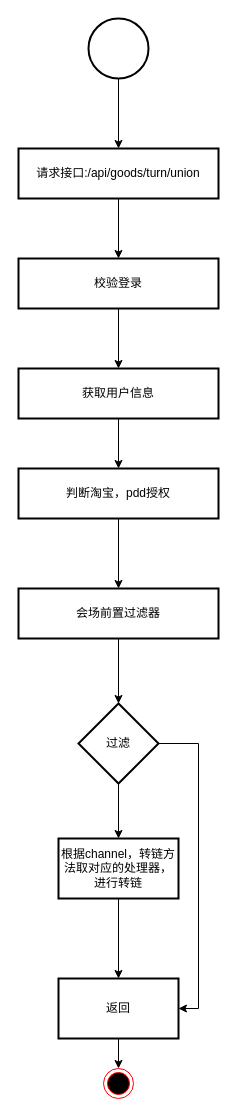
smallleaf/draw.io keeps this draw.io diagram as miyuan/会场转链.drawio. Above is the earlier version. Source tidied: cells renumbered, new cells numbered last; positions are measured from the earlier drawing's top-left corner, leaving out a move shared by most shapes. Both pictures are drawn from the tidied source at 100%, with x=0, y=0 at pixel (18, 18).
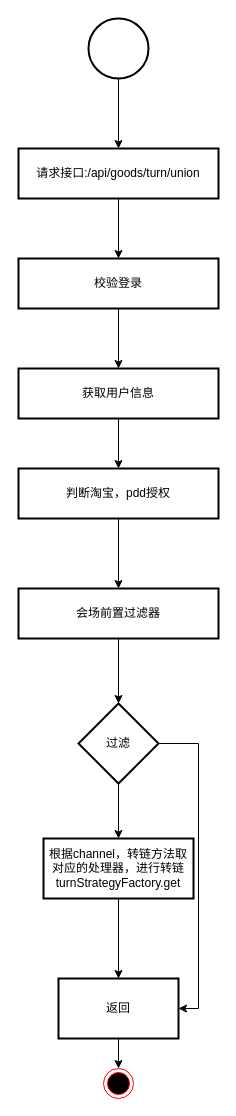
The same diagram, later.

Commit message (it also covers changes not shown here):
更新会场转链.drawio

The edit, as a diff of the source:
```diff
@@
-    <mxCell id="18" value="根据channel，转链方法取对应的处理器，进行转链" style="whiteSpace=wrap;html=1;strokeWidth=2;" parent="1" vertex="1">
-      <mxGeometry x="40" y="820" width="120" height="60" as="geometry" />
+    <mxCell id="18" value="根据channel，转链方法取对应的处理器，进行转链&lt;div&gt;turnStrategyFactory.get&lt;br&gt;&lt;/div&gt;" style="whiteSpace=wrap;html=1;strokeWidth=2;" parent="1" vertex="1">
+      <mxGeometry x="25" y="820" width="150" height="60" as="geometry" />
     </mxCell>
```
